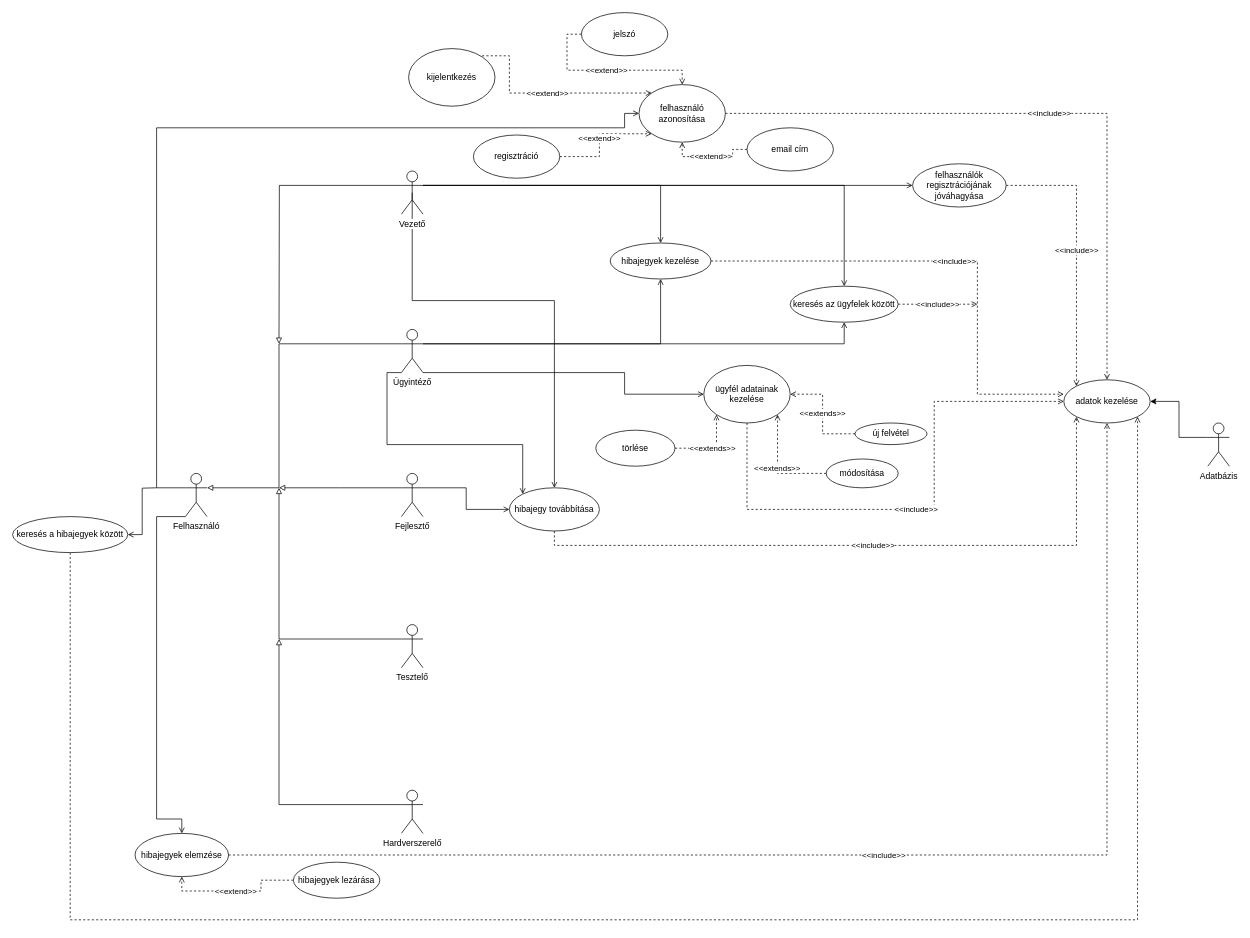
This is Untitled Diagram.drawio from UrbanRoland/CRM, a draw.io file, before an edit. Source tidied: cells renumbered, new cells numbered last; positions are measured from the earlier drawing's top-left corner, leaving out a move shared by most shapes. Both pictures are drawn from the tidied source at 72%, with x=0, y=0 at pixel (12, 12).
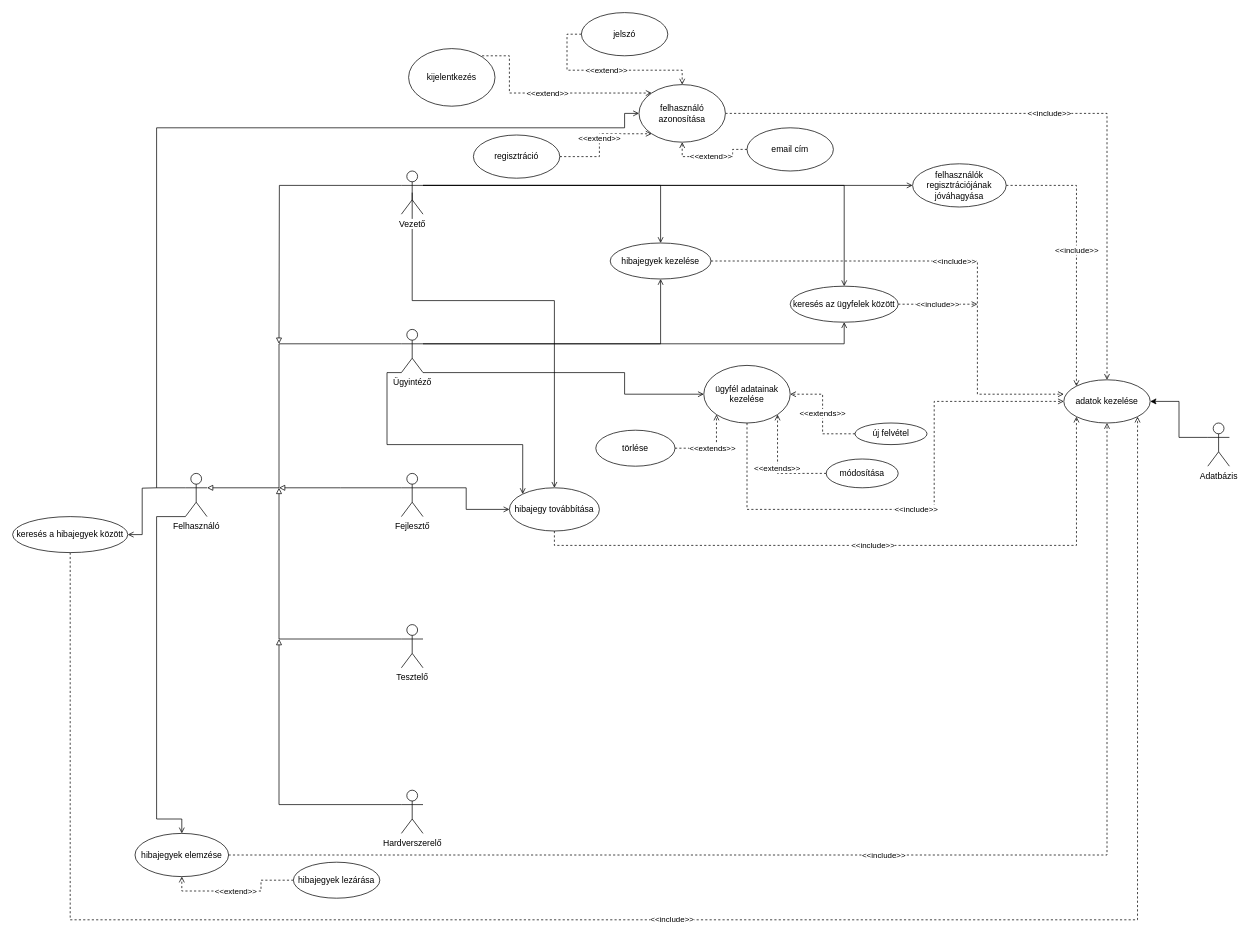
After the change.

Unchanged cells that the change refers to:
```xml
<mxCell id="16" value="adatok kezelése" style="ellipse;whiteSpace=wrap;html=1;" parent="1" vertex="1">
  <mxGeometry x="1460" y="510" width="120" height="60" as="geometry" />
</mxCell>
<mxCell id="59" value="keresés a hibajegyek között" style="ellipse;whiteSpace=wrap;html=1;" parent="1" vertex="1">
  <mxGeometry y="700" width="160" height="50" as="geometry" />
</mxCell>
```

Change to the diagram source:
```diff
@@
-    <mxCell id="58" style="edgeStyle=orthogonalEdgeStyle;rounded=0;jettySize=auto;html=1;endArrow=open;endFill=0;entryX=1;entryY=1;entryDx=0;entryDy=0;dashed=1;exitX=0.5;exitY=1;exitDx=0;exitDy=0;" parent="1" edge="1" source="59" target="16">
+    <mxCell id="58" value="&amp;lt;&amp;lt;include&amp;gt;&amp;gt;" style="edgeStyle=orthogonalEdgeStyle;rounded=0;jettySize=auto;html=1;endArrow=open;endFill=0;entryX=1;entryY=1;entryDx=0;entryDy=0;dashed=1;exitX=0.5;exitY=1;exitDx=0;exitDy=0;" parent="1" edge="1" source="59" target="16">
       <mxGeometry relative="1" as="geometry">
         <Array as="points">
           <mxPoint x="80" y="1260" />
           <mxPoint x="1562" y="1260" />
         </Array>
       </mxGeometry>
     </mxCell>
```
